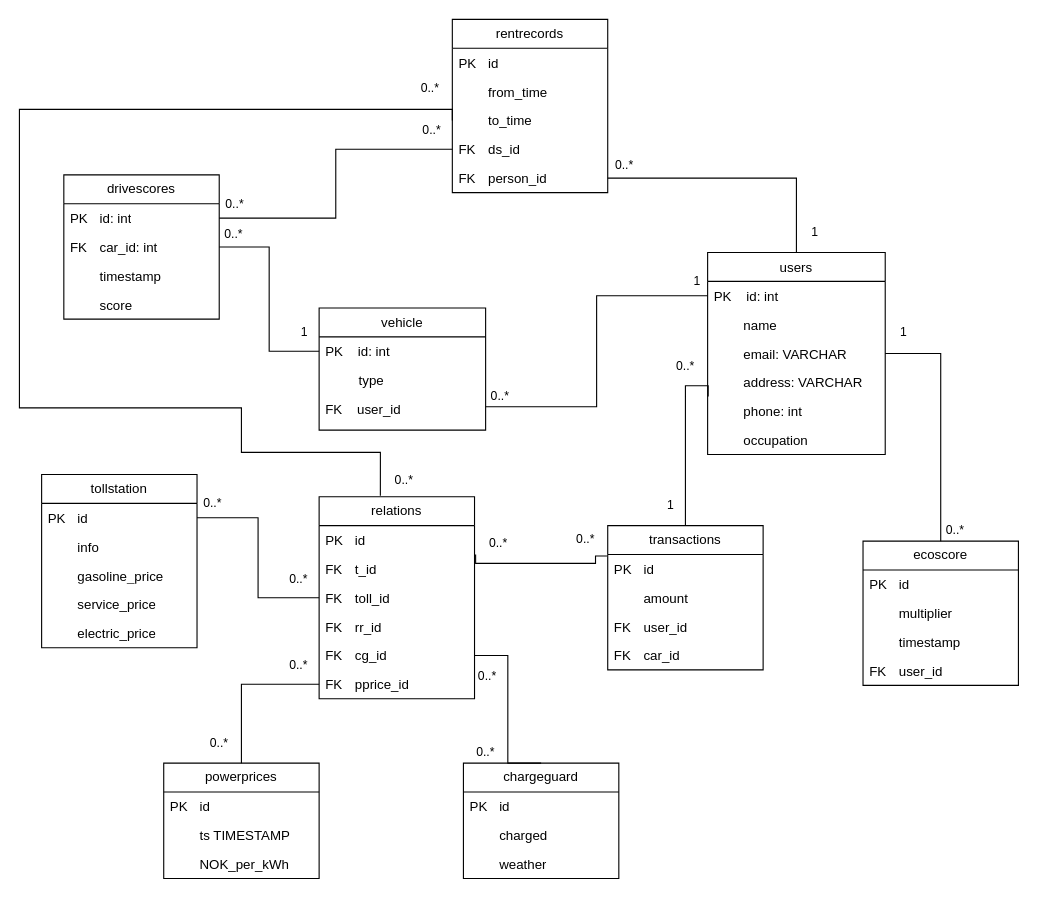
The draw.io diagram Project Information/Diagram/prosjektdb.drawio in ElektroMannen/Ingenior-prosjekt-1, before the edit. Source tidied: cells renumbered, new cells numbered last; positions are measured from the earlier drawing's top-left corner, leaving out a move shared by most shapes. Both pictures are drawn from the tidied source at 111%, with x=0, y=0 at pixel (19, 19).
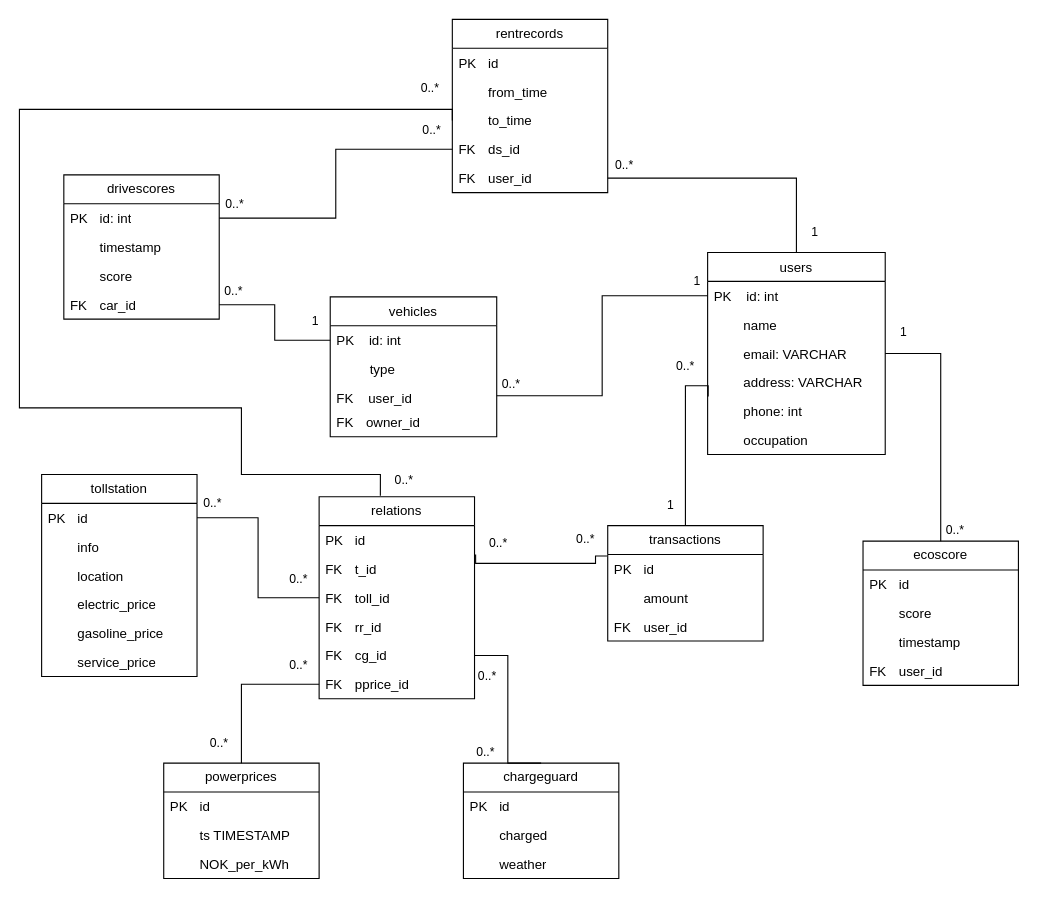
The same page after the edit.

The change refers to these unchanged cells:
```xml
<mxCell id="13" value="drivescores" style="swimlane;fontStyle=0;horizontal=1;startSize=26;fillColor=none;whiteSpace=wrap;html=1;" parent="1" vertex="1">
  <mxGeometry x="40" y="140" width="140" height="130" as="geometry" />
</mxCell>
<mxCell id="21" value="rentrecords" style="swimlane;fontStyle=0;horizontal=1;startSize=26;fillColor=none;whiteSpace=wrap;html=1;" parent="1" vertex="1">
  <mxGeometry x="390" width="140" height="156" as="geometry" />
</mxCell>
<mxCell id="24" value="&lt;span style=&quot;white-space: pre;&quot;&gt;&#9;&lt;/span&gt;to_time" style="text;strokeColor=none;fillColor=none;align=left;verticalAlign=top;spacingLeft=4;spacingRight=4;overflow=hidden;points=[[0,0.5],[1,0.5]];portConstraint=eastwest;whiteSpace=wrap;html=1;" parent="21" vertex="1">
  <mxGeometry y="78" width="140" height="26" as="geometry" />
</mxCell>
<mxCell id="27" value="ecoscore" style="swimlane;fontStyle=0;horizontal=1;startSize=26;fillColor=none;whiteSpace=wrap;html=1;" parent="1" vertex="1">
  <mxGeometry x="760" y="470" width="140" height="130" as="geometry" />
</mxCell>
<mxCell id="63" value="&lt;div&gt;&lt;span style=&quot;background-color: initial;&quot;&gt;relations&lt;/span&gt;&lt;br&gt;&lt;/div&gt;" style="swimlane;fontStyle=0;horizontal=1;startSize=26;fillColor=none;whiteSpace=wrap;html=1;" parent="1" vertex="1">
  <mxGeometry x="270" y="430" width="140" height="182" as="geometry" />
</mxCell>
```

Change to the diagram source:
```diff
@@
-    <mxCell id="2" value="vehicle" style="swimlane;fontStyle=0;align=center;verticalAlign=top;horizontal=1;startSize=26;rounded=0;shadow=0;strokeWidth=1;" parent="1" vertex="1">
-      <mxGeometry x="270" y="260" width="150" height="110" as="geometry" />
+    <mxCell id="2" value="vehicles" style="swimlane;fontStyle=0;align=center;verticalAlign=top;horizontal=1;startSize=26;rounded=0;shadow=0;strokeWidth=1;" parent="1" vertex="1">
+      <mxGeometry x="280" y="250" width="150" height="126" as="geometry" />
     </mxCell>
@@
+    <mxCell id="88" value="FK&lt;span style=&quot;white-space: pre;&quot;&gt;&#9;&lt;/span&gt;owner_id" style="text;strokeColor=none;fillColor=none;align=left;verticalAlign=top;spacingLeft=4;spacingRight=4;overflow=hidden;whiteSpace=wrap;html=1;" parent="2" vertex="1">
+      <mxGeometry y="100" width="150" height="26" as="geometry" />
+    </mxCell>
@@
-    <mxCell id="15" value="FK&lt;span style=&quot;white-space: pre;&quot;&gt;&#9;&lt;/span&gt;car_id: int" style="text;strokeColor=none;fillColor=none;align=left;verticalAlign=top;spacingLeft=4;spacingRight=4;overflow=hidden;points=[[0,0.5],[1,0.5]];portConstraint=eastwest;whiteSpace=wrap;html=1;" parent="13" vertex="1">
-      <mxGeometry y="52" width="140" height="26" as="geometry" />
-    </mxCell>
     <mxCell id="16" value="&lt;div&gt;&lt;span style=&quot;white-space: pre;&quot;&gt;&#9;&lt;/span&gt;timestamp&lt;/div&gt;" style="text;strokeColor=none;fillColor=none;align=left;verticalAlign=top;spacingLeft=4;spacingRight=4;overflow=hidden;whiteSpace=wrap;html=1;" parent="13" vertex="1">
-      <mxGeometry y="78" width="140" height="26" as="geometry" />
+      <mxGeometry y="52" width="140" height="26" as="geometry" />
     </mxCell>
     <mxCell id="17" value="&lt;span style=&quot;white-space: pre;&quot;&gt;&#9;&lt;/span&gt;score" style="text;strokeColor=none;fillColor=none;align=left;verticalAlign=top;spacingLeft=4;spacingRight=4;overflow=hidden;whiteSpace=wrap;html=1;" parent="13" vertex="1">
-      <mxGeometry y="104" width="140" height="26" as="geometry" />
+      <mxGeometry y="78" width="140" height="26" as="geometry" />
     </mxCell>
+    <mxCell id="15" value="FK&lt;span style=&quot;white-space: pre;&quot;&gt;&#9;&lt;/span&gt;car_id" style="text;strokeColor=none;fillColor=none;align=left;verticalAlign=top;spacingLeft=4;spacingRight=4;overflow=hidden;points=[[0,0.5],[1,0.5]];portConstraint=eastwest;whiteSpace=wrap;html=1;" parent="13" vertex="1">
+      <mxGeometry y="104" width="140" height="26" as="geometry" />
+    </mxCell>
@@
-    <mxCell id="26" value="FK&lt;span style=&quot;white-space: pre;&quot;&gt;&#9;&lt;/span&gt;person_id" style="text;strokeColor=none;fillColor=none;align=left;verticalAlign=top;spacingLeft=4;spacingRight=4;overflow=hidden;points=[[0,0.5],[1,0.5]];portConstraint=eastwest;whiteSpace=wrap;html=1;" parent="21" vertex="1">
+    <mxCell id="26" value="FK&lt;span style=&quot;white-space: pre;&quot;&gt;&#9;&lt;/span&gt;user_id" style="text;strokeColor=none;fillColor=none;align=left;verticalAlign=top;spacingLeft=4;spacingRight=4;overflow=hidden;points=[[0,0.5],[1,0.5]];portConstraint=eastwest;whiteSpace=wrap;html=1;" parent="21" vertex="1">
       <mxGeometry y="130" width="140" height="26" as="geometry" />
     </mxCell>
@@
-    <mxCell id="29" value="&lt;span style=&quot;white-space: pre;&quot;&gt;&#9;&lt;/span&gt;multiplier" style="text;strokeColor=none;fillColor=none;align=left;verticalAlign=top;spacingLeft=4;spacingRight=4;overflow=hidden;whiteSpace=wrap;html=1;" parent="27" vertex="1">
+    <mxCell id="29" value="&lt;span style=&quot;white-space: pre;&quot;&gt;&#9;&lt;/span&gt;score" style="text;strokeColor=none;fillColor=none;align=left;verticalAlign=top;spacingLeft=4;spacingRight=4;overflow=hidden;whiteSpace=wrap;html=1;" parent="27" vertex="1">
       <mxGeometry y="52" width="140" height="26" as="geometry" />
     </mxCell>
@@
     <mxCell id="44" value="tollstation" style="swimlane;fontStyle=0;horizontal=1;startSize=26;fillColor=none;whiteSpace=wrap;html=1;" parent="1" vertex="1">
-      <mxGeometry x="20" y="410" width="140" height="156" as="geometry" />
+      <mxGeometry x="20" y="410" width="140" height="182" as="geometry" />
     </mxCell>
@@
+    <mxCell id="89" value="&lt;span style=&quot;white-space: pre;&quot;&gt;&#9;&lt;/span&gt;location" style="text;strokeColor=none;fillColor=none;align=left;verticalAlign=top;spacingLeft=4;spacingRight=4;overflow=hidden;whiteSpace=wrap;html=1;" parent="44" vertex="1">
+      <mxGeometry y="78" width="140" height="26" as="geometry" />
+    </mxCell>
+    <mxCell id="49" value="&lt;span style=&quot;white-space: pre;&quot;&gt;&#9;&lt;/span&gt;electric_price" style="text;strokeColor=none;fillColor=none;align=left;verticalAlign=top;spacingLeft=4;spacingRight=4;overflow=hidden;whiteSpace=wrap;html=1;" parent="44" vertex="1">
+      <mxGeometry y="104" width="140" height="26" as="geometry" />
+    </mxCell>
     <mxCell id="47" value="&lt;span style=&quot;white-space: pre;&quot;&gt;&#9;&lt;/span&gt;gasoline_price" style="text;strokeColor=none;fillColor=none;align=left;verticalAlign=top;spacingLeft=4;spacingRight=4;overflow=hidden;whiteSpace=wrap;html=1;" parent="44" vertex="1">
-      <mxGeometry y="78" width="140" height="26" as="geometry" />
+      <mxGeometry y="130" width="140" height="26" as="geometry" />
     </mxCell>
     <mxCell id="48" value="&lt;span style=&quot;white-space: pre;&quot;&gt;&#9;&lt;/span&gt;service_price" style="text;strokeColor=none;fillColor=none;align=left;verticalAlign=top;spacingLeft=4;spacingRight=4;overflow=hidden;whiteSpace=wrap;html=1;" parent="44" vertex="1">
-      <mxGeometry y="104" width="140" height="26" as="geometry" />
+      <mxGeometry y="156" width="140" height="26" as="geometry" />
     </mxCell>
-    <mxCell id="49" value="&lt;span style=&quot;white-space: pre;&quot;&gt;&#9;&lt;/span&gt;electric_price" style="text;strokeColor=none;fillColor=none;align=left;verticalAlign=top;spacingLeft=4;spacingRight=4;overflow=hidden;whiteSpace=wrap;html=1;" parent="44" vertex="1">
-      <mxGeometry y="130" width="140" height="26" as="geometry" />
-    </mxCell>
@@
     <mxCell id="58" value="transactions" style="swimlane;fontStyle=0;horizontal=1;startSize=26;fillColor=none;whiteSpace=wrap;html=1;" parent="1" vertex="1">
-      <mxGeometry x="530" y="456" width="140" height="130" as="geometry" />
+      <mxGeometry x="530" y="456" width="140" height="104" as="geometry" />
     </mxCell>
@@
-    <mxCell id="62" value="FK&lt;span style=&quot;white-space: pre;&quot;&gt;&#9;&lt;/span&gt;car_id" style="text;strokeColor=none;fillColor=none;align=left;verticalAlign=top;spacingLeft=4;spacingRight=4;overflow=hidden;whiteSpace=wrap;html=1;" parent="58" vertex="1">
-      <mxGeometry y="104" width="140" height="26" as="geometry" />
-    </mxCell>
@@
     <mxCell id="76" style="endArrow=none;html=1;edgeStyle=orthogonalEdgeStyle;rounded=0;exitX=0;exitY=0.5;exitDx=0;exitDy=0;entryX=0.394;entryY=-0.005;entryDx=0;entryDy=0;entryPerimeter=0;" parent="1" edge="1" source="24" target="63">
       <mxGeometry relative="1" as="geometry">
         <Array as="points">
           <mxPoint x="390" y="81" />
           <mxPoint y="81" />
           <mxPoint y="350" />
           <mxPoint x="200" y="350" />
-          <mxPoint x="200" y="390" />
-          <mxPoint x="325" y="390" />
+          <mxPoint x="200" y="410" />
+          <mxPoint x="325" y="410" />
         </Array>
       </mxGeometry>
     </mxCell>
```
